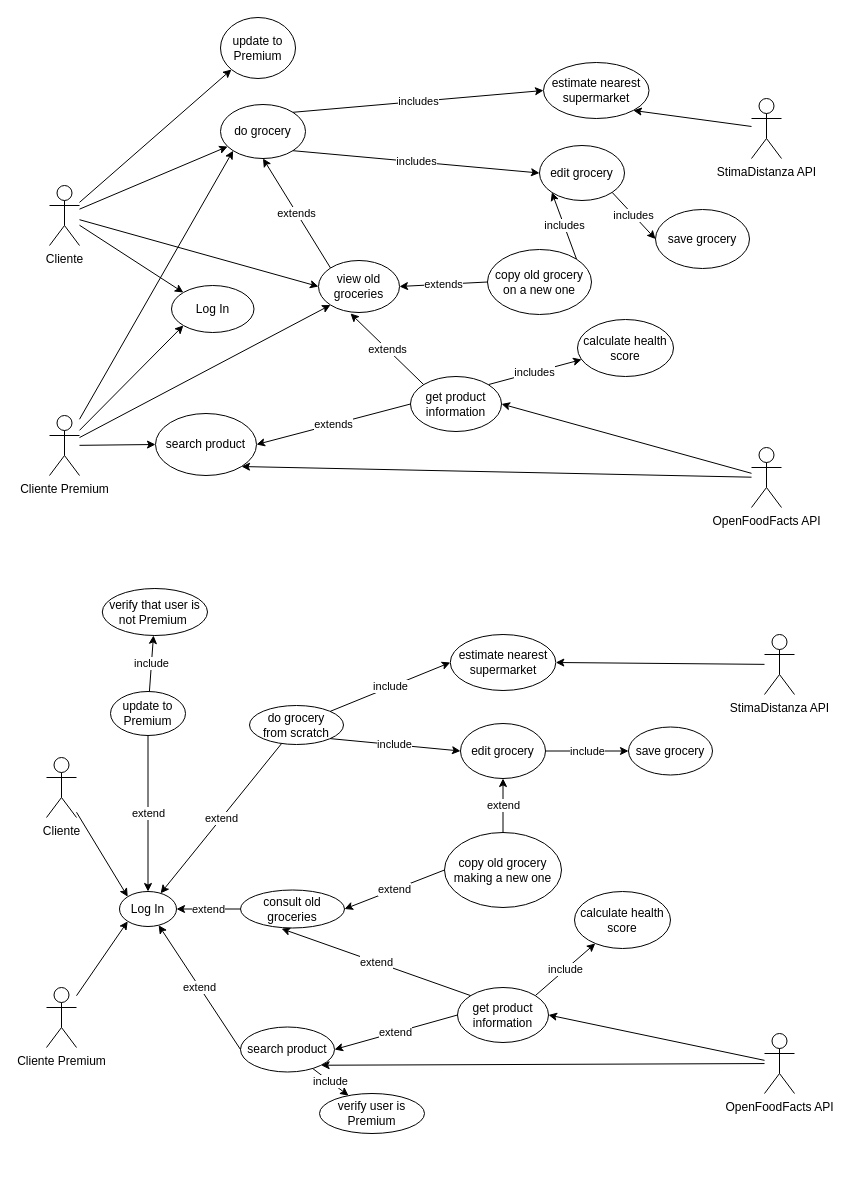
FredHats99/HealthyCart keeps this draw.io diagram as others/Use_Case_Diagram.drawio. Above is the earlier version. Source tidied: cells renumbered, new cells numbered last; positions are measured from the earlier drawing's top-left corner, leaving out a move shared by most shapes. Both pictures are drawn from the tidied source at 100%, with x=0, y=0 at pixel (46, 17).
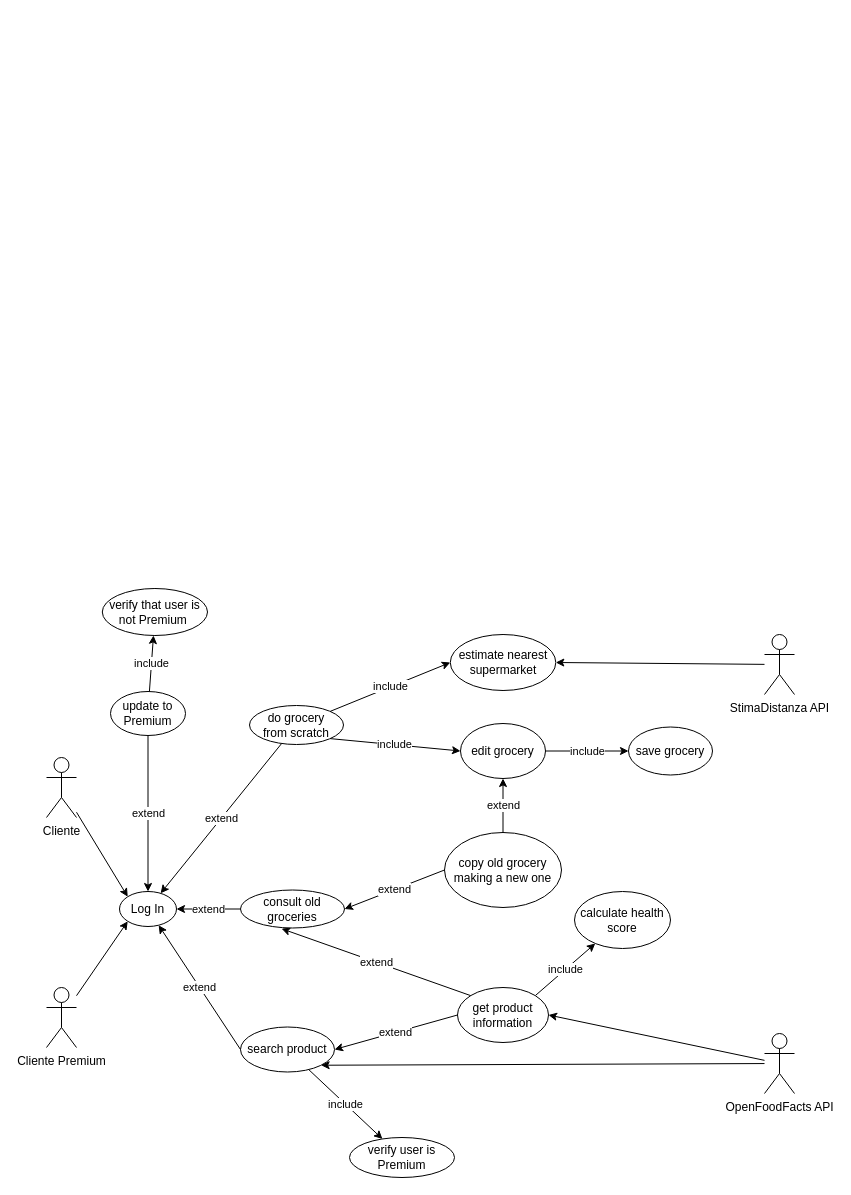
Above is the later version.

The edit, as a diff of the source:
```diff
@@
-    <mxCell id="2" value="Cliente&lt;br&gt;" style="shape=umlActor;verticalLabelPosition=bottom;verticalAlign=top;html=1;outlineConnect=0;" parent="1" vertex="1">
-      <mxGeometry x="3" y="168" width="30" height="60" as="geometry" />
-    </mxCell>
-    <mxCell id="3" value="estimate nearest supermarket" style="ellipse;whiteSpace=wrap;html=1;" parent="1" vertex="1">
-      <mxGeometry x="497" y="45" width="105.5" height="56" as="geometry" />
-    </mxCell>
-    <mxCell id="4" value="edit grocery" style="ellipse;whiteSpace=wrap;html=1;" parent="1" vertex="1">
-      <mxGeometry x="493" y="128" width="85" height="55" as="geometry" />
-    </mxCell>
-    <mxCell id="5" value="save grocery" style="ellipse;whiteSpace=wrap;html=1;" parent="1" vertex="1">
-      <mxGeometry x="609" y="192" width="94" height="59" as="geometry" />
-    </mxCell>
-    <mxCell id="6" style="endArrow=classic;html=1;rounded=0;" parent="1" edge="1" source="2" target="7">
-      <mxGeometry relative="1" as="geometry" />
-    </mxCell>
-    <mxCell id="7" value="do grocery" style="ellipse;whiteSpace=wrap;html=1;" parent="1" vertex="1">
-      <mxGeometry x="174" y="87" width="85" height="54" as="geometry" />
-    </mxCell>
-    <mxCell id="8" value="OpenFoodFacts API&lt;br&gt;" style="shape=umlActor;verticalLabelPosition=bottom;verticalAlign=top;html=1;outlineConnect=0;" parent="1" vertex="1">
-      <mxGeometry x="705" y="430" width="30" height="60" as="geometry" />
-    </mxCell>
-    <mxCell id="9" value="StimaDistanza API" style="shape=umlActor;verticalLabelPosition=bottom;verticalAlign=top;html=1;outlineConnect=0;" parent="1" vertex="1">
-      <mxGeometry x="705" y="81" width="30" height="60" as="geometry" />
-    </mxCell>
-    <mxCell id="10" value="search product" style="ellipse;whiteSpace=wrap;html=1;" parent="1" vertex="1">
-      <mxGeometry x="109" y="396" width="101" height="62" as="geometry" />
-    </mxCell>
-    <mxCell id="11" style="endArrow=classic;html=1;rounded=0;entryX=1;entryY=1;entryDx=0;entryDy=0;" parent="1" edge="1" source="8" target="10">
-      <mxGeometry relative="1" as="geometry" />
-    </mxCell>
-    <mxCell id="12" value="includes" style="endArrow=classic;html=1;rounded=0;exitX=1;exitY=0;exitDx=0;exitDy=0;" parent="1" edge="1" source="15" target="13">
-      <mxGeometry relative="1" as="geometry" />
-    </mxCell>
-    <mxCell id="13" value="calculate health score" style="ellipse;whiteSpace=wrap;html=1;" parent="1" vertex="1">
-      <mxGeometry x="531" y="302" width="96" height="57" as="geometry" />
-    </mxCell>
-    <mxCell id="14" style="endArrow=classic;html=1;rounded=0;entryX=1;entryY=1;entryDx=0;entryDy=0;" parent="1" edge="1" source="9" target="3">
-      <mxGeometry relative="1" as="geometry" />
-    </mxCell>
-    <mxCell id="15" value="get product information" style="ellipse;whiteSpace=wrap;html=1;" parent="1" vertex="1">
-      <mxGeometry x="364" y="359" width="91" height="55" as="geometry" />
-    </mxCell>
-    <mxCell id="16" style="endArrow=classic;html=1;rounded=0;entryX=1;entryY=0.5;entryDx=0;entryDy=0;" parent="1" edge="1" source="8" target="15">
-      <mxGeometry relative="1" as="geometry" />
-    </mxCell>
-    <mxCell id="17" value="extends" style="endArrow=classic;html=1;rounded=0;exitX=0;exitY=0.5;exitDx=0;exitDy=0;entryX=1;entryY=0.5;entryDx=0;entryDy=0;" parent="1" edge="1" source="15" target="10">
-      <mxGeometry relative="1" as="geometry" />
-    </mxCell>
-    <mxCell id="18" value="extends" style="endArrow=classic;html=1;rounded=0;entryX=0.5;entryY=1;entryDx=0;entryDy=0;exitX=0;exitY=0;exitDx=0;exitDy=0;startArrow=none;" parent="1" edge="1" source="34" target="7">
-      <mxGeometry relative="1" as="geometry" />
-    </mxCell>
-    <mxCell id="19" value="copy old grocery on a new one" style="ellipse;whiteSpace=wrap;html=1;" parent="1" vertex="1">
-      <mxGeometry x="441" y="232" width="104" height="65" as="geometry" />
-    </mxCell>
-    <mxCell id="20" value="includes" style="endArrow=classic;html=1;rounded=0;entryX=0;entryY=0.5;entryDx=0;entryDy=0;exitX=1;exitY=0;exitDx=0;exitDy=0;" parent="1" edge="1" source="7" target="3">
-      <mxGeometry relative="1" as="geometry" />
-    </mxCell>
-    <mxCell id="21" value="includes" style="endArrow=classic;html=1;rounded=0;exitX=1;exitY=1;exitDx=0;exitDy=0;entryX=0;entryY=0.5;entryDx=0;entryDy=0;" parent="1" edge="1" source="7" target="4">
-      <mxGeometry relative="1" as="geometry" />
-    </mxCell>
-    <mxCell id="22" style="endArrow=classic;html=1;rounded=0;entryX=0;entryY=0.5;entryDx=0;entryDy=0;" parent="1" edge="1" source="2" target="34">
-      <mxGeometry relative="1" as="geometry" />
-    </mxCell>
-    <mxCell id="23" value="extends" style="endArrow=classic;html=1;rounded=0;entryX=1;entryY=0.5;entryDx=0;entryDy=0;exitX=0;exitY=0.5;exitDx=0;exitDy=0;" parent="1" edge="1" source="19" target="34">
-      <mxGeometry relative="1" as="geometry" />
-    </mxCell>
-    <mxCell id="24" value="includes" style="endArrow=classic;html=1;rounded=0;entryX=0;entryY=1;entryDx=0;entryDy=0;exitX=1;exitY=0;exitDx=0;exitDy=0;" parent="1" edge="1" source="19" target="4">
-      <mxGeometry relative="1" as="geometry" />
-    </mxCell>
-    <mxCell id="25" value="includes" style="endArrow=classic;html=1;rounded=0;entryX=0;entryY=0.5;entryDx=0;entryDy=0;exitX=1;exitY=1;exitDx=0;exitDy=0;" parent="1" edge="1" source="4" target="5">
-      <mxGeometry relative="1" as="geometry" />
-    </mxCell>
-    <mxCell id="26" value="extends" style="endArrow=classic;html=1;rounded=0;entryX=0.395;entryY=1.019;entryDx=0;entryDy=0;exitX=0;exitY=0;exitDx=0;exitDy=0;entryPerimeter=0;" parent="1" edge="1" source="15" target="34">
-      <mxGeometry relative="1" as="geometry" />
-    </mxCell>
-    <mxCell id="27" value="Cliente Premium" style="shape=umlActor;verticalLabelPosition=bottom;verticalAlign=top;html=1;outlineConnect=0;" parent="1" vertex="1">
-      <mxGeometry x="3" y="398" width="30" height="60" as="geometry" />
-    </mxCell>
-    <mxCell id="28" style="endArrow=classic;html=1;rounded=0;entryX=0;entryY=1;entryDx=0;entryDy=0;" parent="1" edge="1" source="27" target="7">
-      <mxGeometry relative="1" as="geometry" />
-    </mxCell>
-    <mxCell id="29" style="endArrow=classic;html=1;rounded=0;entryX=0;entryY=1;entryDx=0;entryDy=0;" parent="1" edge="1" source="27" target="34">
-      <mxGeometry relative="1" as="geometry" />
-    </mxCell>
-    <mxCell id="30" style="endArrow=classic;html=1;rounded=0;entryX=0;entryY=0.5;entryDx=0;entryDy=0;" parent="1" edge="1" source="27" target="10">
-      <mxGeometry relative="1" as="geometry" />
-    </mxCell>
-    <mxCell id="31" value="Log In" style="ellipse;whiteSpace=wrap;html=1;" parent="1" vertex="1">
-      <mxGeometry x="125" y="268" width="82.5" height="47" as="geometry" />
-    </mxCell>
-    <mxCell id="32" style="endArrow=classic;html=1;rounded=0;entryX=0;entryY=0;entryDx=0;entryDy=0;" parent="1" edge="1" source="2" target="31">
-      <mxGeometry relative="1" as="geometry" />
-    </mxCell>
-    <mxCell id="33" style="endArrow=classic;html=1;rounded=0;entryX=0;entryY=1;entryDx=0;entryDy=0;" parent="1" edge="1" source="27" target="31">
-      <mxGeometry relative="1" as="geometry" />
-    </mxCell>
-    <mxCell id="34" value="view old groceries" style="ellipse;whiteSpace=wrap;html=1;" parent="1" vertex="1">
-      <mxGeometry x="272" y="243" width="81" height="52" as="geometry" />
-    </mxCell>
-    <mxCell id="35" value="update to Premium" style="ellipse;whiteSpace=wrap;html=1;" parent="1" vertex="1">
-      <mxGeometry x="174" width="75" height="61" as="geometry" />
-    </mxCell>
-    <mxCell id="36" style="endArrow=classic;html=1;rounded=0;entryX=0;entryY=1;entryDx=0;entryDy=0;" parent="1" edge="1" source="2" target="35">
-      <mxGeometry relative="1" as="geometry" />
-    </mxCell>
@@
     <mxCell id="72" value="verify user is Premium" style="ellipse;whiteSpace=wrap;html=1;" parent="1" vertex="1">
-      <mxGeometry x="273" y="1076" width="105" height="40" as="geometry" />
+      <mxGeometry x="303" y="1120" width="105" height="40" as="geometry" />
     </mxCell>
```
